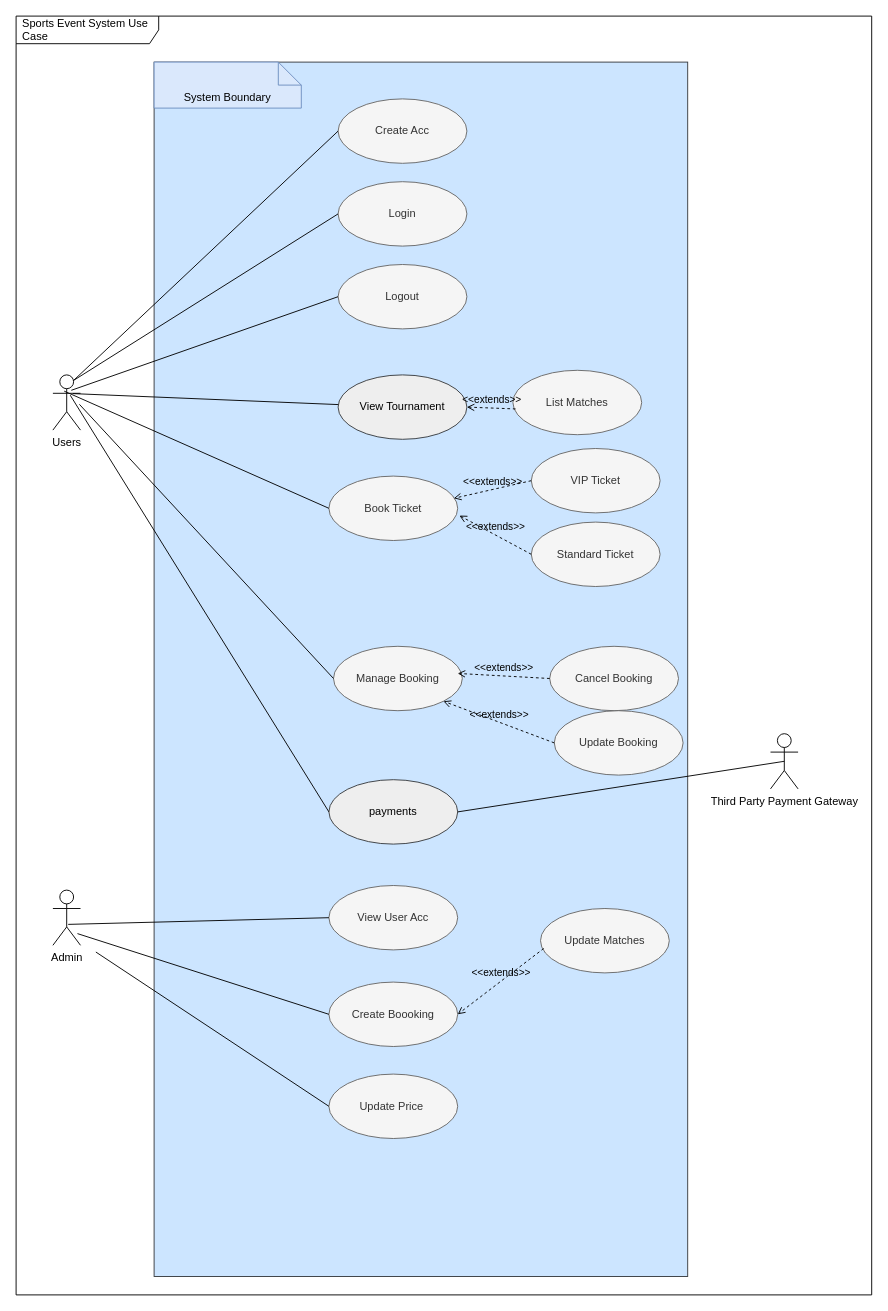
This is SES_Use_Case.drawio from mlvl974/SportsEventSystem, a draw.io file, before an edit. Source tidied: cells renumbered, new cells numbered last; positions are measured from the earlier drawing's top-left corner, leaving out a move shared by most shapes. Both pictures are drawn from the tidied source at 92%, with x=0, y=0 at pixel (16, 16).
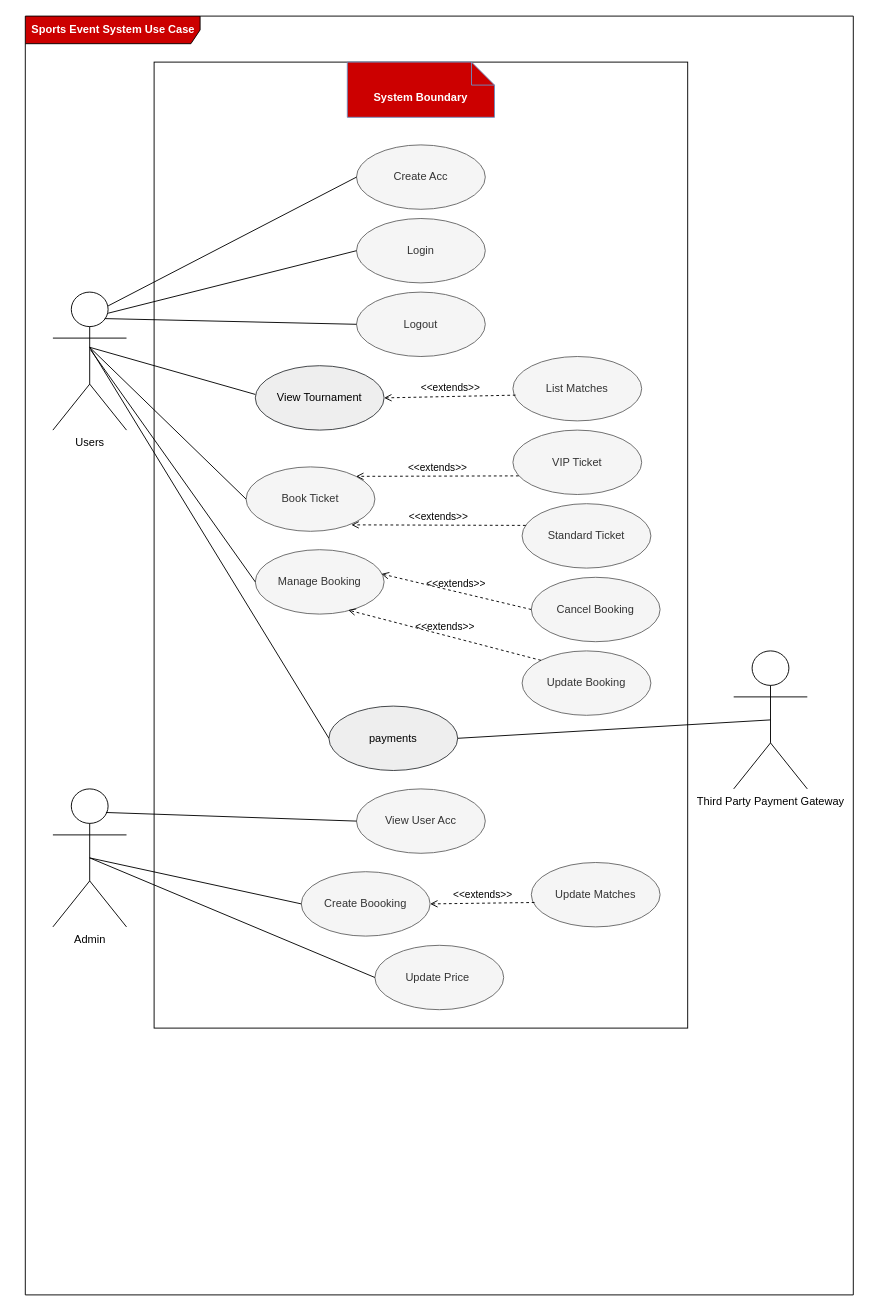
The same diagram, later.

Diff of the diagram source:
```diff
@@
-    <mxCell id="2" value="Sports Event System Use Case" style="shape=umlFrame;whiteSpace=wrap;html=1;width=155;height=30;boundedLbl=1;verticalAlign=middle;align=left;spacingLeft=5;" parent="1" vertex="1">
-      <mxGeometry width="930" height="1390" as="geometry" />
+    <mxCell id="2" value="&lt;font color=&quot;#ffffff&quot;&gt;&lt;b&gt;Sports Event System Use Case&lt;/b&gt;&lt;/font&gt;" style="shape=umlFrame;whiteSpace=wrap;html=1;width=190;height=30;boundedLbl=1;verticalAlign=middle;align=left;spacingLeft=5;fillColor=#CC0000;" parent="1" vertex="1">
+      <mxGeometry x="10" width="900" height="1390" as="geometry" />
     </mxCell>
-    <mxCell id="3" style="rounded=0;whiteSpace=wrap;html=1;fillColor=#cce5ff;strokeColor=#36393d;" parent="1" vertex="1">
-      <mxGeometry x="150" y="50" width="580" height="1320" as="geometry" />
+    <mxCell id="3" style="rounded=0;whiteSpace=wrap;html=1;" parent="1" vertex="1">
+      <mxGeometry x="150" y="50" width="580" height="1050" as="geometry" />
     </mxCell>
     <mxCell id="4" value="Users" style="shape=umlActor;verticalLabelPosition=bottom;verticalAlign=top;html=1;" parent="1" vertex="1">
-      <mxGeometry x="40" y="390" width="30" height="60" as="geometry" />
+      <mxGeometry x="40" y="300" width="80" height="150" as="geometry" />
     </mxCell>
     <mxCell id="5" value="Admin" style="shape=umlActor;verticalLabelPosition=bottom;verticalAlign=top;html=1;" parent="1" vertex="1">
-      <mxGeometry x="40" y="950" width="30" height="60" as="geometry" />
+      <mxGeometry x="40" y="840" width="80" height="150" as="geometry" />
     </mxCell>
     <mxCell id="6" value="Third Party Payment Gateway" style="shape=umlActor;verticalLabelPosition=bottom;verticalAlign=top;html=1;" parent="1" vertex="1">
-      <mxGeometry x="820" y="780" width="30" height="60" as="geometry" />
+      <mxGeometry x="780" y="690" width="80" height="150" as="geometry" />
     </mxCell>
     <mxCell id="7" value="View Tournament" style="ellipse;whiteSpace=wrap;html=1;fillColor=#eeeeee;strokeColor=#36393d;" parent="1" vertex="1">
-      <mxGeometry x="350" y="390" width="140" height="70" as="geometry" />
+      <mxGeometry x="260" y="380" width="140" height="70" as="geometry" />
     </mxCell>
-    <mxCell id="8" style="endArrow=none;html=1;exitX=0.727;exitY=0.339;exitDx=0;exitDy=0;exitPerimeter=0;" parent="1" edge="1" source="4" target="7">
-      <mxGeometry relative="1" as="geometry" />
+    <mxCell id="8" style="endArrow=none;html=1;entryX=0;entryY=0.446;entryDx=0;entryDy=0;entryPerimeter=0;" parent="1" edge="1" target="7">
+      <mxGeometry relative="1" as="geometry">
+        <mxPoint x="80" y="360" as="sourcePoint" />
+      </mxGeometry>
     </mxCell>
     <mxCell id="9" value="payments" style="ellipse;whiteSpace=wrap;html=1;fillColor=#eeeeee;strokeColor=#36393d;" parent="1" vertex="1">
-      <mxGeometry x="340" y="830" width="140" height="70" as="geometry" />
+      <mxGeometry x="340" y="750" width="140" height="70" as="geometry" />
     </mxCell>
     <mxCell id="10" value="Create Acc&lt;br&gt;" style="ellipse;whiteSpace=wrap;html=1;fillColor=#f5f5f5;strokeColor=#666666;fontColor=#333333;" parent="1" vertex="1">
-      <mxGeometry x="350" y="90" width="140" height="70" as="geometry" />
+      <mxGeometry x="370" y="140" width="140" height="70" as="geometry" />
     </mxCell>
     <mxCell id="11" value="Login" style="ellipse;whiteSpace=wrap;html=1;fillColor=#f5f5f5;strokeColor=#666666;fontColor=#333333;" parent="1" vertex="1">
-      <mxGeometry x="350" y="180" width="140" height="70" as="geometry" />
+      <mxGeometry x="370" y="220" width="140" height="70" as="geometry" />
     </mxCell>
@@
-    <mxCell id="13" style="endArrow=none;html=1;exitX=0.75;exitY=0.1;exitDx=0;exitDy=0;exitPerimeter=0;entryX=0;entryY=0.5;entryDx=0;entryDy=0;" parent="1" edge="1" source="4" target="11">
+    <mxCell id="13" style="endArrow=none;html=1;exitX=0.75;exitY=0.153;exitDx=0;exitDy=0;exitPerimeter=0;entryX=0;entryY=0.5;entryDx=0;entryDy=0;" parent="1" edge="1" source="4" target="11">
       <mxGeometry relative="1" as="geometry" />
     </mxCell>
     <mxCell id="14" value="Logout" style="ellipse;whiteSpace=wrap;html=1;fillColor=#f5f5f5;strokeColor=#666666;fontColor=#333333;" parent="1" vertex="1">
-      <mxGeometry x="350" y="270" width="140" height="70" as="geometry" />
+      <mxGeometry x="370" y="300" width="140" height="70" as="geometry" />
     </mxCell>
-    <mxCell id="15" style="endArrow=none;html=1;exitX=0.667;exitY=0.279;exitDx=0;exitDy=0;exitPerimeter=0;entryX=0;entryY=0.5;entryDx=0;entryDy=0;" parent="1" edge="1" source="4" target="14">
+    <mxCell id="15" style="endArrow=none;html=1;exitX=0.704;exitY=0.192;exitDx=0;exitDy=0;exitPerimeter=0;entryX=0;entryY=0.5;entryDx=0;entryDy=0;" parent="1" edge="1" source="4" target="14">
       <mxGeometry relative="1" as="geometry" />
     </mxCell>
     <mxCell id="16" value="Book Ticket" style="ellipse;whiteSpace=wrap;html=1;fillColor=#f5f5f5;strokeColor=#666666;fontColor=#333333;" parent="1" vertex="1">
-      <mxGeometry x="340" y="500" width="140" height="70" as="geometry" />
+      <mxGeometry x="250" y="490" width="140" height="70" as="geometry" />
     </mxCell>
-    <mxCell id="17" style="endArrow=none;html=1;exitX=0.409;exitY=0.294;exitDx=0;exitDy=0;exitPerimeter=0;entryX=0;entryY=0.5;entryDx=0;entryDy=0;" parent="1" edge="1" source="4" target="16">
-      <mxGeometry relative="1" as="geometry" />
+    <mxCell id="17" style="endArrow=none;html=1;entryX=0;entryY=0.5;entryDx=0;entryDy=0;" parent="1" edge="1" target="16">
+      <mxGeometry relative="1" as="geometry">
+        <mxPoint x="80" y="360" as="sourcePoint" />
+      </mxGeometry>
     </mxCell>
-    <mxCell id="18" style="endArrow=none;html=1;exitX=0.627;exitY=0.367;exitDx=0;exitDy=0;exitPerimeter=0;entryX=0;entryY=0.5;entryDx=0;entryDy=0;" parent="1" edge="1" source="4" target="9">
-      <mxGeometry relative="1" as="geometry" />
+    <mxCell id="18" style="endArrow=none;html=1;entryX=0;entryY=0.5;entryDx=0;entryDy=0;" parent="1" edge="1" target="9">
+      <mxGeometry relative="1" as="geometry">
+        <mxPoint x="80" y="360" as="sourcePoint" />
+      </mxGeometry>
     </mxCell>
@@
     <mxCell id="20" value="VIP Ticket" style="ellipse;whiteSpace=wrap;html=1;fillColor=#f5f5f5;strokeColor=#666666;fontColor=#333333;" parent="1" vertex="1">
-      <mxGeometry x="560" y="470" width="140" height="70" as="geometry" />
+      <mxGeometry x="540" y="450" width="140" height="70" as="geometry" />
     </mxCell>
     <mxCell id="21" value="Standard Ticket" style="ellipse;whiteSpace=wrap;html=1;fillColor=#f5f5f5;strokeColor=#666666;fontColor=#333333;" parent="1" vertex="1">
-      <mxGeometry x="560" y="550" width="140" height="70" as="geometry" />
+      <mxGeometry x="550" y="530" width="140" height="70" as="geometry" />
     </mxCell>
-    <mxCell id="22" value="&amp;lt;&amp;lt;extends&amp;gt;&amp;gt;" style="html=1;verticalAlign=bottom;labelBackgroundColor=none;endArrow=open;endFill=0;dashed=1;exitX=0;exitY=0.5;exitDx=0;exitDy=0;entryX=0.97;entryY=0.345;entryDx=0;entryDy=0;entryPerimeter=0;" parent="1" edge="1" source="20" target="16">
+    <mxCell id="22" value="&amp;lt;&amp;lt;extends&amp;gt;&amp;gt;" style="html=1;verticalAlign=bottom;labelBackgroundColor=none;endArrow=open;endFill=0;dashed=1;exitX=0.045;exitY=0.711;exitDx=0;exitDy=0;entryX=1;entryY=0;entryDx=0;entryDy=0;exitPerimeter=0;" parent="1" edge="1" source="20" target="16">
       <mxGeometry relative="1" as="geometry" />
     </mxCell>
-    <mxCell id="23" value="&amp;lt;&amp;lt;extends&amp;gt;&amp;gt;" style="html=1;verticalAlign=bottom;labelBackgroundColor=none;endArrow=open;endFill=0;dashed=1;exitX=0;exitY=0.5;exitDx=0;exitDy=0;entryX=1.013;entryY=0.613;entryDx=0;entryDy=0;entryPerimeter=0;" parent="1" edge="1" source="21" target="16">
+    <mxCell id="23" value="&amp;lt;&amp;lt;extends&amp;gt;&amp;gt;" style="html=1;verticalAlign=bottom;labelBackgroundColor=none;endArrow=open;endFill=0;dashed=1;entryX=0.817;entryY=0.9;entryDx=0;entryDy=0;entryPerimeter=0;exitX=0.028;exitY=0.337;exitDx=0;exitDy=0;exitPerimeter=0;" parent="1" edge="1" source="21" target="16">
       <mxGeometry relative="1" as="geometry" />
     </mxCell>
     <mxCell id="24" value="Manage Booking" style="ellipse;whiteSpace=wrap;html=1;fillColor=#f5f5f5;strokeColor=#666666;fontColor=#333333;" parent="1" vertex="1">
-      <mxGeometry x="345" y="685" width="140" height="70" as="geometry" />
+      <mxGeometry x="260" y="580" width="140" height="70" as="geometry" />
     </mxCell>
-    <mxCell id="25" style="endArrow=none;html=1;exitX=0.627;exitY=0.367;exitDx=0;exitDy=0;exitPerimeter=0;entryX=0;entryY=0.5;entryDx=0;entryDy=0;" parent="1" edge="1" target="24">
-      <mxGeometry relative="1" as="geometry">
-        <mxPoint x="68.8" y="422" as="sourcePoint" />
-      </mxGeometry>
+    <mxCell id="25" style="endArrow=none;html=1;exitX=0.51;exitY=0.417;exitDx=0;exitDy=0;exitPerimeter=0;entryX=0;entryY=0.5;entryDx=0;entryDy=0;" parent="1" edge="1" source="4" target="24">
+      <mxGeometry relative="1" as="geometry" />
     </mxCell>
     <mxCell id="26" value="View User Acc" style="ellipse;whiteSpace=wrap;html=1;fillColor=#f5f5f5;strokeColor=#666666;fontColor=#333333;" parent="1" vertex="1">
-      <mxGeometry x="340" y="945" width="140" height="70" as="geometry" />
+      <mxGeometry x="370" y="840" width="140" height="70" as="geometry" />
     </mxCell>
     <mxCell id="27" value="Create Boooking" style="ellipse;whiteSpace=wrap;html=1;fillColor=#f5f5f5;strokeColor=#666666;fontColor=#333333;" parent="1" vertex="1">
-      <mxGeometry x="340" y="1050" width="140" height="70" as="geometry" />
+      <mxGeometry x="310" y="930" width="140" height="70" as="geometry" />
     </mxCell>
-    <mxCell id="28" style="endArrow=none;html=1;rounded=0;exitX=0.555;exitY=0.621;exitDx=0;exitDy=0;exitPerimeter=0;entryX=0;entryY=0.5;entryDx=0;entryDy=0;" parent="1" edge="1" source="5" target="26">
+    <mxCell id="28" style="endArrow=none;html=1;rounded=0;exitX=0.721;exitY=0.171;exitDx=0;exitDy=0;exitPerimeter=0;entryX=0;entryY=0.5;entryDx=0;entryDy=0;" parent="1" edge="1" source="5" target="26">
       <mxGeometry relative="1" as="geometry" />
     </mxCell>
     <mxCell id="29" value="Update Price&amp;nbsp;" style="ellipse;whiteSpace=wrap;html=1;fillColor=#f5f5f5;strokeColor=#666666;fontColor=#333333;" parent="1" vertex="1">
-      <mxGeometry x="340" y="1150" width="140" height="70" as="geometry" />
+      <mxGeometry x="390" y="1010" width="140" height="70" as="geometry" />
     </mxCell>
-    <mxCell id="30" style="endArrow=none;html=1;rounded=0;exitX=0.555;exitY=0.621;exitDx=0;exitDy=0;exitPerimeter=0;entryX=0;entryY=0.5;entryDx=0;entryDy=0;" parent="1" edge="1" target="27">
-      <mxGeometry relative="1" as="geometry">
-        <mxPoint x="66.7" y="997.3" as="sourcePoint" />
-      </mxGeometry>
+    <mxCell id="30" style="endArrow=none;html=1;rounded=0;exitX=0.5;exitY=0.5;exitDx=0;exitDy=0;exitPerimeter=0;entryX=0;entryY=0.5;entryDx=0;entryDy=0;" parent="1" edge="1" source="5" target="27">
+      <mxGeometry relative="1" as="geometry" />
     </mxCell>
-    <mxCell id="31" style="endArrow=none;html=1;rounded=0;exitX=0.555;exitY=0.621;exitDx=0;exitDy=0;exitPerimeter=0;entryX=0;entryY=0.5;entryDx=0;entryDy=0;" parent="1" edge="1" target="29">
-      <mxGeometry relative="1" as="geometry">
-        <mxPoint x="86.7" y="1017.3" as="sourcePoint" />
-      </mxGeometry>
+    <mxCell id="31" style="endArrow=none;html=1;rounded=0;exitX=0.5;exitY=0.5;exitDx=0;exitDy=0;exitPerimeter=0;entryX=0;entryY=0.5;entryDx=0;entryDy=0;" parent="1" edge="1" source="5" target="29">
+      <mxGeometry relative="1" as="geometry" />
     </mxCell>
     <mxCell id="32" value="Cancel Booking" style="ellipse;whiteSpace=wrap;html=1;fillColor=#f5f5f5;strokeColor=#666666;fontColor=#333333;" parent="1" vertex="1">
-      <mxGeometry x="580" y="685" width="140" height="70" as="geometry" />
+      <mxGeometry x="560" y="610" width="140" height="70" as="geometry" />
     </mxCell>
-    <mxCell id="33" value="&amp;lt;&amp;lt;extends&amp;gt;&amp;gt;" style="html=1;verticalAlign=bottom;labelBackgroundColor=none;endArrow=open;endFill=0;dashed=1;exitX=0;exitY=0.5;exitDx=0;exitDy=0;" parent="1" edge="1" source="32">
-      <mxGeometry relative="1" as="geometry">
-        <mxPoint x="480" y="714.5" as="targetPoint" />
-      </mxGeometry>
+    <mxCell id="33" value="&amp;lt;&amp;lt;extends&amp;gt;&amp;gt;" style="html=1;verticalAlign=bottom;labelBackgroundColor=none;endArrow=open;endFill=0;dashed=1;exitX=0;exitY=0.5;exitDx=0;exitDy=0;entryX=0.979;entryY=0.376;entryDx=0;entryDy=0;entryPerimeter=0;" parent="1" edge="1" source="32" target="24">
+      <mxGeometry relative="1" as="geometry" />
     </mxCell>
     <mxCell id="34" value="Update Matches" style="ellipse;whiteSpace=wrap;html=1;fillColor=#f5f5f5;strokeColor=#666666;fontColor=#333333;" parent="1" vertex="1">
-      <mxGeometry x="570" y="970" width="140" height="70" as="geometry" />
+      <mxGeometry x="560" y="920" width="140" height="70" as="geometry" />
     </mxCell>
@@
     <mxCell id="36" value="List Matches" style="ellipse;whiteSpace=wrap;html=1;fillColor=#f5f5f5;strokeColor=#666666;fontColor=#333333;" parent="1" vertex="1">
-      <mxGeometry x="540" y="385" width="140" height="70" as="geometry" />
+      <mxGeometry x="540" y="370" width="140" height="70" as="geometry" />
     </mxCell>
@@
-    <mxCell id="38" value="System Boundary" style="shape=note2;boundedLbl=1;whiteSpace=wrap;html=1;size=25;verticalAlign=top;align=center;fillColor=#dae8fc;strokeColor=#6c8ebf;" parent="1" vertex="1">
-      <mxGeometry x="150" y="50" width="160" height="50" as="geometry" />
+    <mxCell id="38" value="&lt;b&gt;&lt;font color=&quot;#ffffff&quot;&gt;System Boundary&lt;/font&gt;&lt;/b&gt;" style="shape=note2;boundedLbl=1;whiteSpace=wrap;html=1;size=25;verticalAlign=top;align=center;fillColor=#CC0000;strokeColor=#6c8ebf;" parent="1" vertex="1">
+      <mxGeometry x="360" y="50" width="160" height="60" as="geometry" />
     </mxCell>
     <mxCell id="39" value="Update Booking" style="ellipse;whiteSpace=wrap;html=1;fillColor=#f5f5f5;strokeColor=#666666;fontColor=#333333;" parent="1" vertex="1">
-      <mxGeometry x="585" y="755" width="140" height="70" as="geometry" />
+      <mxGeometry x="550" y="690" width="140" height="70" as="geometry" />
     </mxCell>
-    <mxCell id="40" value="&amp;lt;&amp;lt;extends&amp;gt;&amp;gt;" style="html=1;verticalAlign=bottom;labelBackgroundColor=none;endArrow=open;endFill=0;dashed=1;exitX=0;exitY=0.5;exitDx=0;exitDy=0;entryX=1;entryY=1;entryDx=0;entryDy=0;" parent="1" edge="1" source="39" target="24">
+    <mxCell id="40" value="&amp;lt;&amp;lt;extends&amp;gt;&amp;gt;" style="html=1;verticalAlign=bottom;labelBackgroundColor=none;endArrow=open;endFill=0;dashed=1;exitX=0;exitY=0;exitDx=0;exitDy=0;entryX=0.721;entryY=0.938;entryDx=0;entryDy=0;entryPerimeter=0;" parent="1" edge="1" source="39" target="24">
       <mxGeometry relative="1" as="geometry" />
     </mxCell>
```
